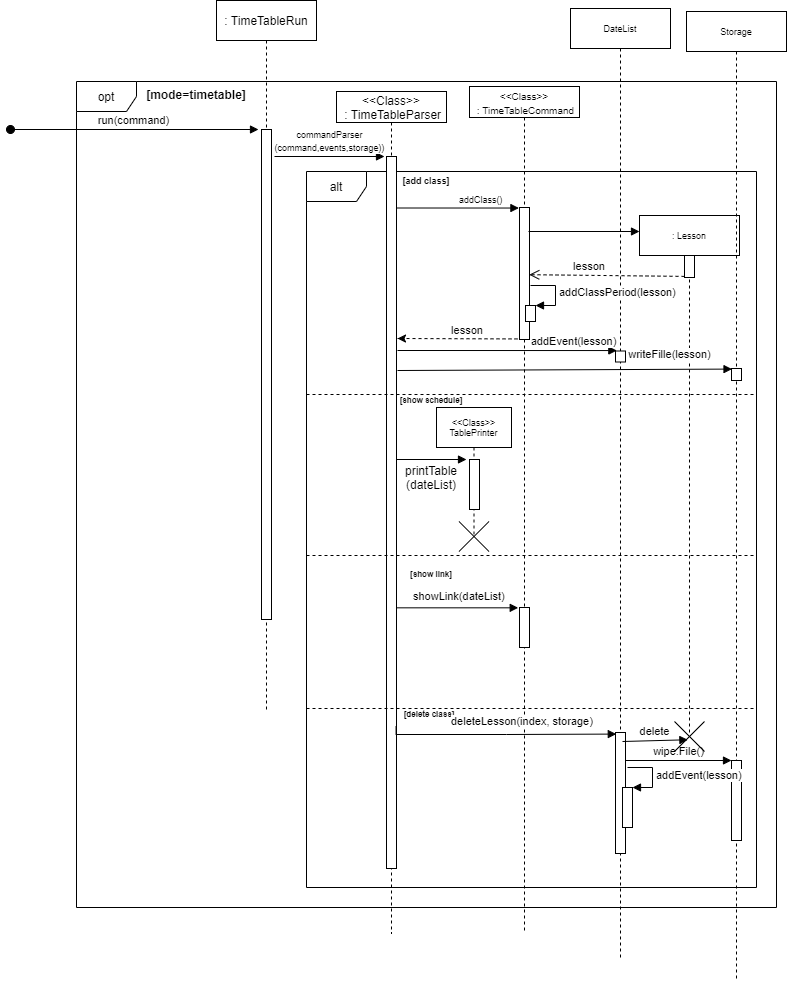
Above: docs/Images/timetable_sequence diagram.png in nus-cs2113-AY2021S1/tp (draw.io), before the change. Source tidied: cells renumbered, new cells last; positions are measured from the earlier drawing's top-left corner, leaving out a move shared by most shapes.
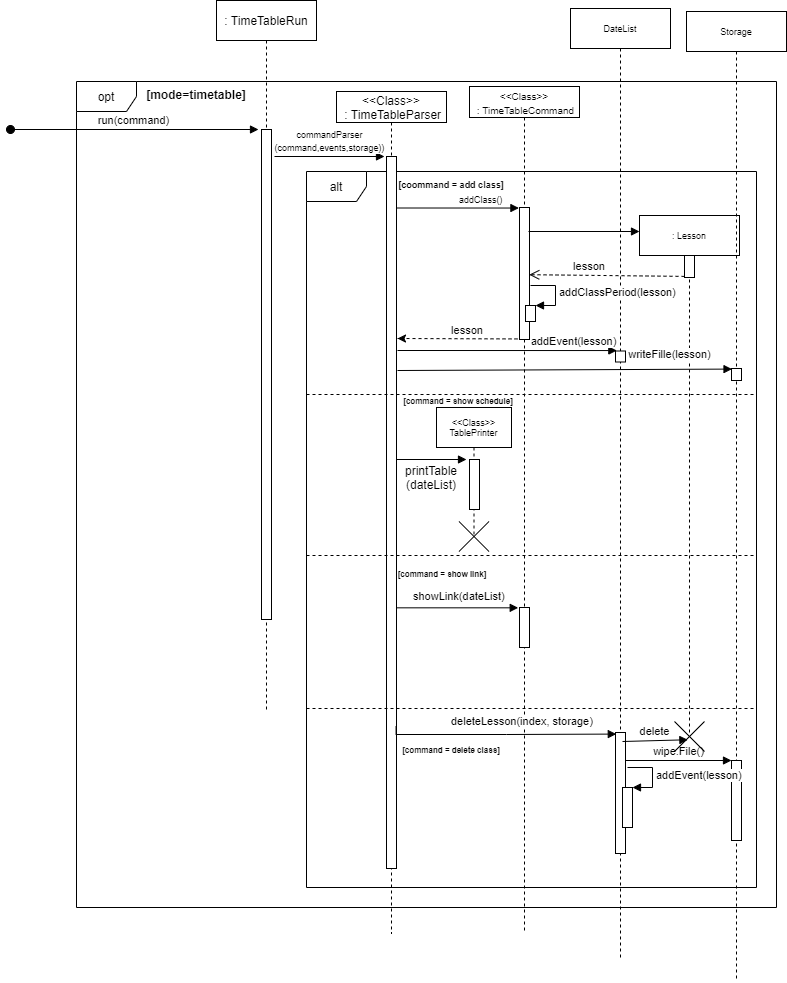
After the commit.

Change to the diagram source:
```diff
@@ -40,11 +40,11 @@
     <mxCell id="12" style="line;strokeWidth=1;fillColor=none;align=left;verticalAlign=middle;spacingTop=-1;spacingLeft=3;spacingRight=3;labelPosition=right;dashed=1;" parent="1" vertex="1">
       <mxGeometry x="296" y="390" width="450" height="8" as="geometry" />
     </mxCell>
-    <mxCell id="13" value="[add class]" style="text;align=center;fontStyle=1;verticalAlign=middle;spacingLeft=3;spacingRight=3;strokeColor=none;fontSize=9;" parent="1" vertex="1">
-      <mxGeometry x="376" y="167" width="80" height="26" as="geometry" />
+    <mxCell id="13" value="[coommand = add class]" style="text;align=center;fontStyle=1;verticalAlign=middle;spacingLeft=3;spacingRight=3;strokeColor=none;fontSize=9;" parent="1" vertex="1">
+      <mxGeometry x="401" y="171" width="80" height="26" as="geometry" />
     </mxCell>
-    <mxCell id="14" value="[show schedule]" style="text;align=center;fontStyle=1;verticalAlign=middle;spacingLeft=3;spacingRight=3;strokeColor=none;fontSize=8;" parent="1" vertex="1">
-      <mxGeometry x="381" y="387" width="80" height="26" as="geometry" />
+    <mxCell id="14" value="[command = show schedule]" style="text;align=center;fontStyle=1;verticalAlign=middle;spacingLeft=3;spacingRight=3;strokeColor=none;fontSize=8;" parent="1" vertex="1">
+      <mxGeometry x="408" y="388" width="80" height="26" as="geometry" />
     </mxCell>
     <mxCell id="15" value="addClass()" style="edgeStyle=orthogonalEdgeStyle;html=1;align=left;spacingLeft=2;endArrow=block;rounded=0;entryX=-0.059;entryY=0.004;fontSize=9;entryDx=0;entryDy=0;entryPerimeter=0;" parent="1" edge="1" target="35">
       <mxGeometry x="0.14" y="9" relative="1" as="geometry">
@@ -80,8 +80,8 @@
     <mxCell id="23" style="line;strokeWidth=1;fillColor=none;align=left;verticalAlign=middle;spacingTop=-1;spacingLeft=3;spacingRight=3;labelPosition=right;dashed=1;" parent="1" vertex="1">
       <mxGeometry x="296" y="551" width="450" height="8" as="geometry" />
     </mxCell>
-    <mxCell id="24" value="[show link]" style="text;align=center;fontStyle=1;verticalAlign=middle;spacingLeft=3;spacingRight=3;strokeColor=none;fontSize=8;" parent="1" vertex="1">
-      <mxGeometry x="381" y="561" width="80" height="26" as="geometry" />
+    <mxCell id="24" value="[command = show link]" style="text;align=center;fontStyle=1;verticalAlign=middle;spacingLeft=3;spacingRight=3;strokeColor=none;fontSize=8;" parent="1" vertex="1">
+      <mxGeometry x="392" y="561" width="80" height="26" as="geometry" />
     </mxCell>
     <mxCell id="25" value="DateList" style="shape=umlLifeline;perimeter=lifelinePerimeter;whiteSpace=wrap;html=1;fontSize=9;labelBackgroundColor=#ffffff;" parent="1" vertex="1">
       <mxGeometry x="560" y="8" width="100" height="950" as="geometry" />
@@ -162,8 +162,8 @@
     <mxCell id="43" style="line;strokeWidth=1;fillColor=none;align=left;verticalAlign=middle;spacingTop=-1;spacingLeft=3;spacingRight=3;labelPosition=right;dashed=1;" parent="1" vertex="1">
       <mxGeometry x="296" y="704" width="450" height="8" as="geometry" />
     </mxCell>
-    <mxCell id="44" value="[delete class]" style="text;align=center;fontStyle=1;verticalAlign=middle;spacingLeft=3;spacingRight=3;strokeColor=none;fontSize=8;" parent="1" vertex="1">
-      <mxGeometry x="379" y="701" width="80" height="26" as="geometry" />
+    <mxCell id="44" value="[command = delete class]" style="text;align=center;fontStyle=1;verticalAlign=middle;spacingLeft=3;spacingRight=3;strokeColor=none;fontSize=8;" parent="1" vertex="1">
+      <mxGeometry x="401" y="737" width="80" height="26" as="geometry" />
     </mxCell>
     <mxCell id="45" value="deleteLesson(index, storage)" style="edgeStyle=orthogonalEdgeStyle;html=1;align=left;spacingLeft=2;endArrow=block;rounded=0;entryX=0.079;entryY=0.032;entryDx=0;entryDy=0;entryPerimeter=0;exitX=0.956;exitY=0.816;exitDx=0;exitDy=0;exitPerimeter=0;" parent="1" edge="1">
       <mxGeometry x="-0.48" y="13" relative="1" as="geometry">
```
